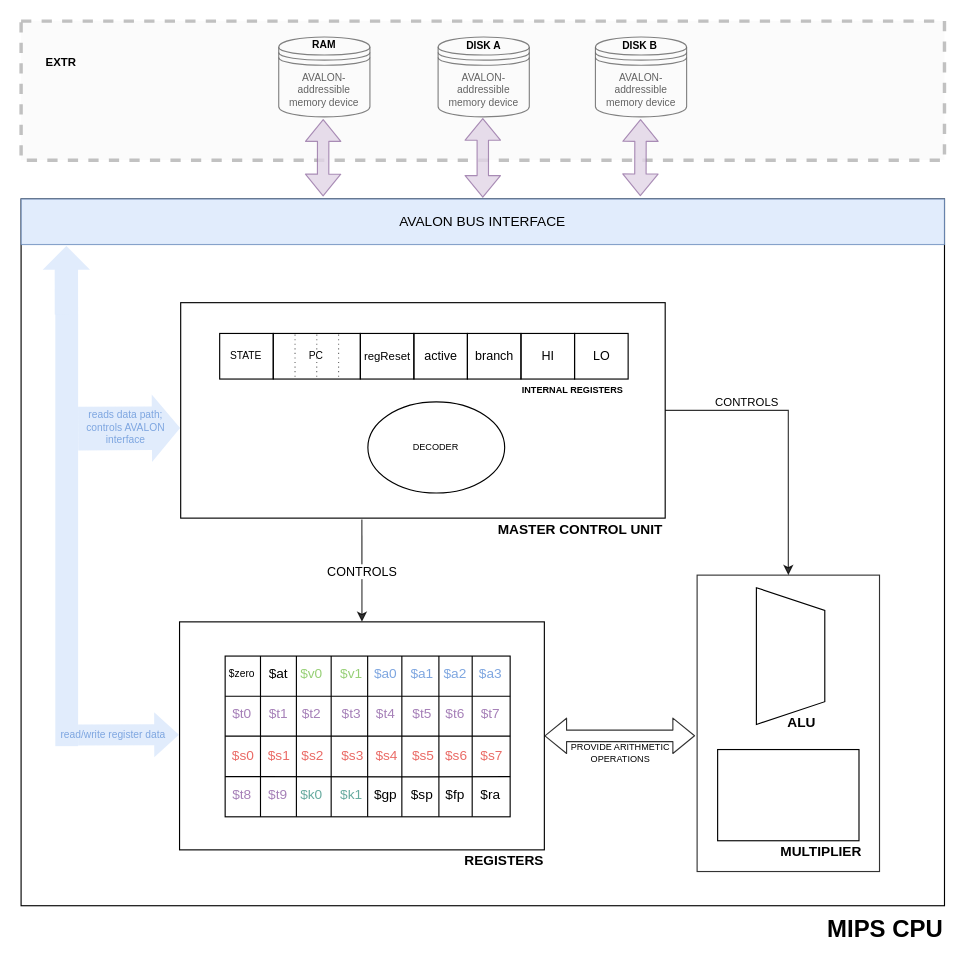
Before: docs/Architecture_Diagram.drawio in JosiahMendes/MIPS32-T501, a draw.io diagram. Source tidied: cells renumbered, new cells numbered last; positions are measured from the earlier drawing's top-left corner, leaving out a move shared by most shapes. Both pictures are drawn from the tidied source at 114%, with x=0, y=0 at pixel (21, 21).
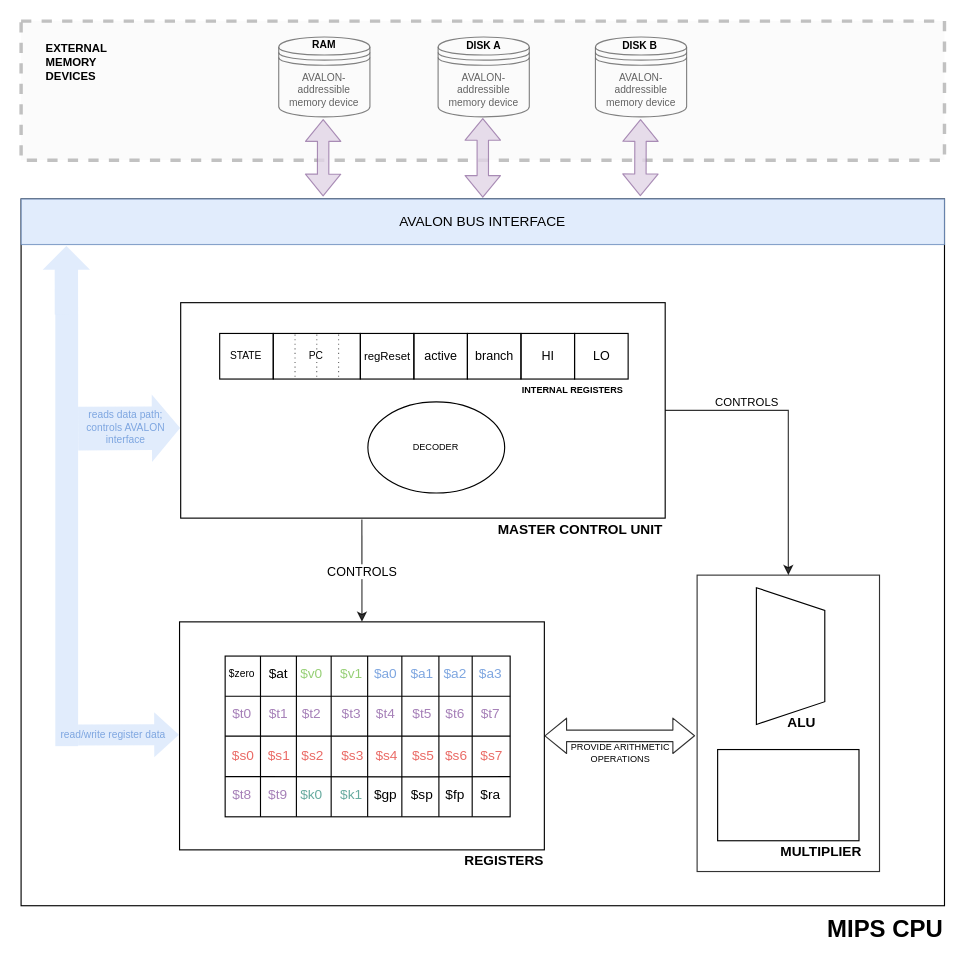
Above is the later version.

Commit message:
changed memory label

The edit, as a diff of the source:
```diff
@@
-    <mxCell id="98" value="EXTR" style="text;html=1;strokeColor=none;fillColor=none;align=left;verticalAlign=middle;whiteSpace=wrap;rounded=0;dashed=1;fontSize=10;fontColor=#000000;opacity=40;fontStyle=1;" parent="1" vertex="1">
+    <mxCell id="98" value="EXTERNAL MEMORY DEVICES" style="text;html=1;strokeColor=none;fillColor=none;align=left;verticalAlign=middle;whiteSpace=wrap;rounded=0;dashed=1;fontSize=10;fontColor=#000000;opacity=40;fontStyle=1;" parent="1" vertex="1">
       <mxGeometry x="20" y="6" width="90" height="60" as="geometry" />
     </mxCell>
```
